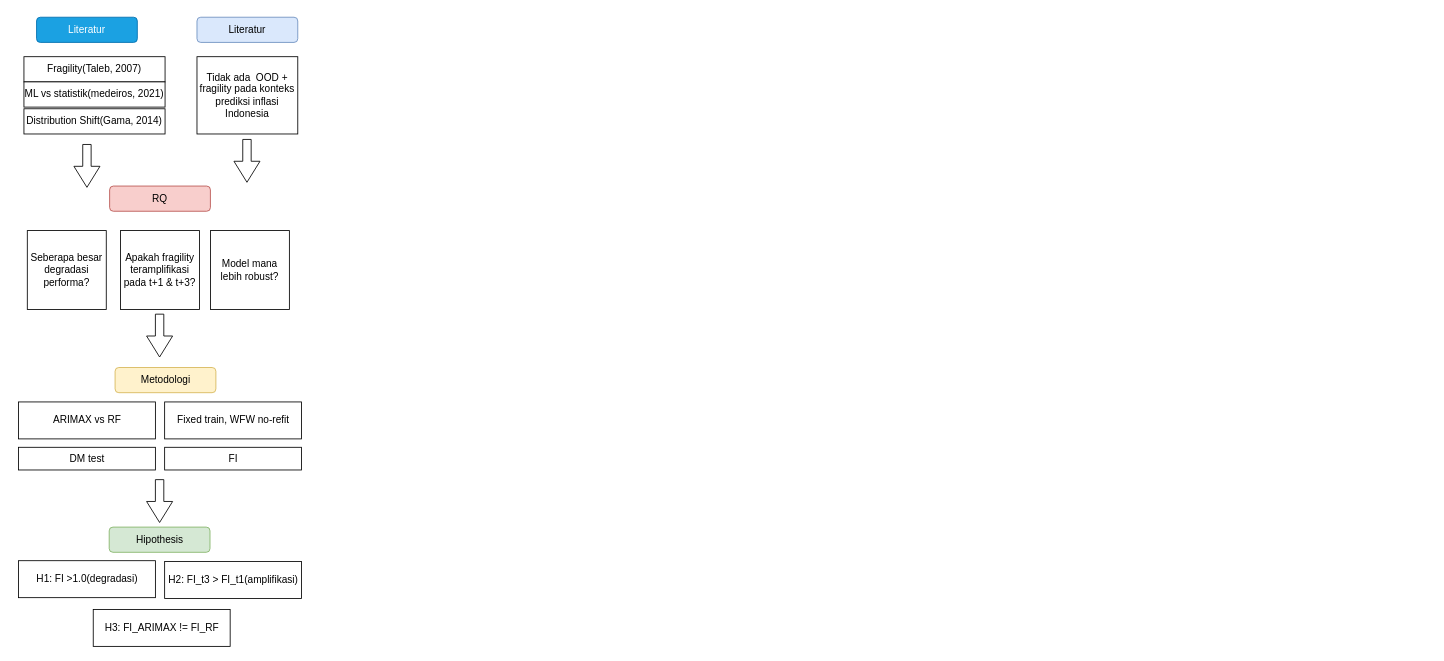
Rizkyhnkw/diagram keeps this draw.io diagram as page "Page-2" (2 of 2) of kerangkaa.drawio. Above is the earlier version. Source tidied: cells renumbered, new cells numbered last; positions are measured from the earlier drawing's top-left corner, leaving out a move shared by most shapes. Both pictures are drawn from the tidied source at 84%, with x=0, y=0 at pixel (18, 17).
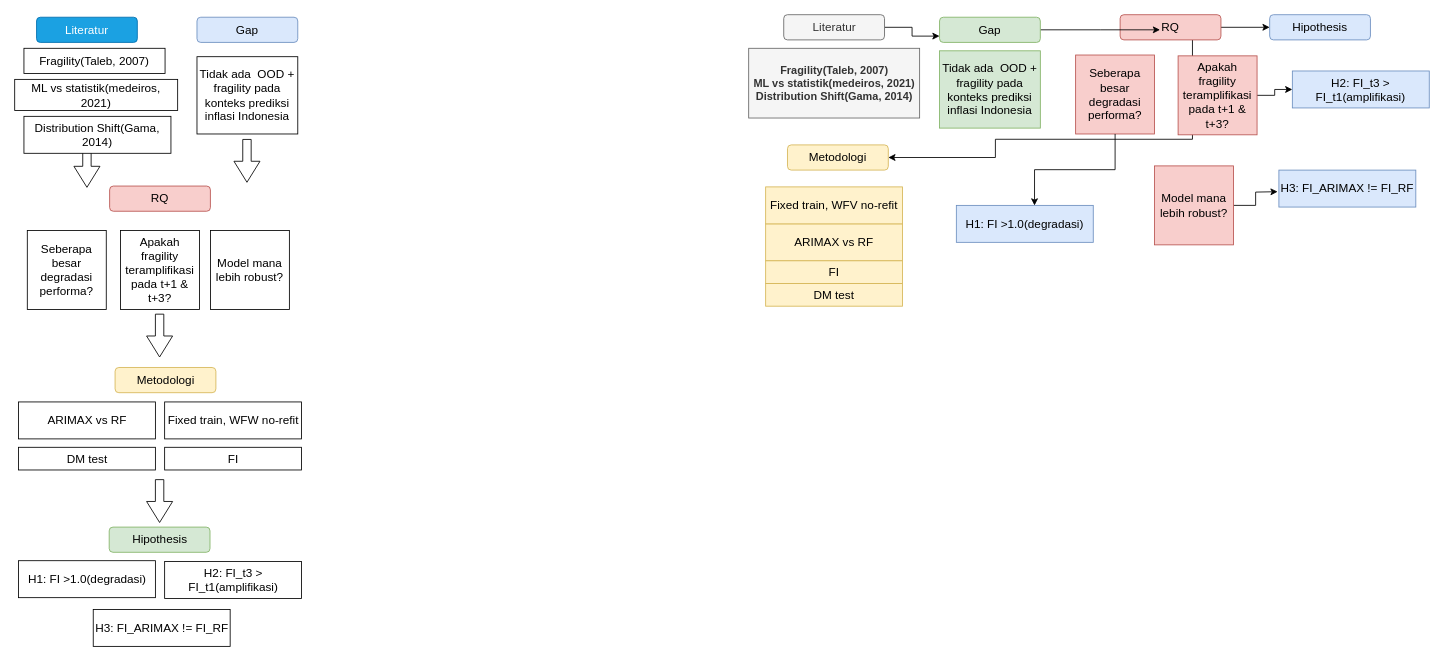
The same page after the edit.

Change to the diagram source:
```diff
@@
-    <mxCell id="2" value="Seberapa besar degradasi performa?" style="whiteSpace=wrap;html=1;" parent="1" vertex="1">
+    <mxCell id="2" value="Seberapa besar degradasi performa?" style="whiteSpace=wrap;html=1;fontSize=14;" parent="1" vertex="1">
       <mxGeometry x="10" y="254" width="94" height="94" as="geometry" />
     </mxCell>
-    <mxCell id="3" value="RQ" style="rounded=1;whiteSpace=wrap;html=1;fillColor=#f8cecc;strokeColor=#b85450;" parent="1" vertex="1">
+    <mxCell id="3" value="RQ" style="rounded=1;whiteSpace=wrap;html=1;fillColor=#f8cecc;strokeColor=#b85450;fontSize=14;" parent="1" vertex="1">
       <mxGeometry x="108" y="201" width="120" height="30" as="geometry" />
     </mxCell>
-    <mxCell id="4" value="Apakah fragility teramplifikasi pada t+1 &amp;amp; t+3?" style="whiteSpace=wrap;html=1;" parent="1" vertex="1">
+    <mxCell id="4" value="Apakah fragility teramplifikasi pada t+1 &amp;amp; t+3?" style="whiteSpace=wrap;html=1;fontSize=14;" parent="1" vertex="1">
       <mxGeometry x="121" y="254" width="94" height="94" as="geometry" />
     </mxCell>
-    <mxCell id="5" value="Model mana lebih robust?" style="whiteSpace=wrap;html=1;" parent="1" vertex="1">
+    <mxCell id="5" value="Model mana lebih robust?" style="whiteSpace=wrap;html=1;fontSize=14;" parent="1" vertex="1">
       <mxGeometry x="228" y="254" width="94" height="94" as="geometry" />
     </mxCell>
-    <mxCell id="6" value="Hipothesis" style="rounded=1;whiteSpace=wrap;html=1;fillColor=#d5e8d4;strokeColor=#82b366;" parent="1" vertex="1">
+    <mxCell id="6" value="Hipothesis" style="rounded=1;whiteSpace=wrap;html=1;fillColor=#d5e8d4;strokeColor=#82b366;fontSize=14;" parent="1" vertex="1">
       <mxGeometry x="107.5" y="607" width="120" height="30" as="geometry" />
     </mxCell>
-    <mxCell id="7" value="H1: FI &amp;gt;1.0(degradasi)" style="rounded=0;whiteSpace=wrap;html=1;" parent="1" vertex="1">
+    <mxCell id="7" value="H1: FI &amp;gt;1.0(degradasi)" style="rounded=0;whiteSpace=wrap;html=1;fontSize=14;" parent="1" vertex="1">
       <mxGeometry x="-0.5" y="647" width="163" height="44" as="geometry" />
     </mxCell>
-    <mxCell id="8" value="H2: FI_t3 &amp;gt; FI_t1(amplifikasi)" style="rounded=0;whiteSpace=wrap;html=1;" parent="1" vertex="1">
+    <mxCell id="8" value="H2: FI_t3 &amp;gt; FI_t1(amplifikasi)" style="rounded=0;whiteSpace=wrap;html=1;fontSize=14;" parent="1" vertex="1">
       <mxGeometry x="173.5" y="648" width="163" height="44" as="geometry" />
     </mxCell>
-    <mxCell id="9" value="H3: FI_ARIMAX != FI_RF" style="rounded=0;whiteSpace=wrap;html=1;" parent="1" vertex="1">
+    <mxCell id="9" value="H3: FI_ARIMAX != FI_RF" style="rounded=0;whiteSpace=wrap;html=1;fontSize=14;" parent="1" vertex="1">
       <mxGeometry x="88.5" y="705" width="163" height="44" as="geometry" />
     </mxCell>
-    <mxCell id="10" style="shape=flexArrow;endArrow=classic;html=1;rounded=0;fontSize=12;startSize=8;endSize=8;curved=1;" parent="1" edge="1">
+    <mxCell id="10" style="shape=flexArrow;endArrow=classic;html=1;rounded=0;fontSize=14;startSize=8;endSize=8;curved=1;" parent="1" edge="1">
       <mxGeometry relative="1" as="geometry">
         <mxPoint x="167.5" y="353" as="sourcePoint" />
         <mxPoint x="167.5" y="405" as="targetPoint" />
       </mxGeometry>
     </mxCell>
-    <mxCell id="11" value="Metodologi" style="rounded=1;whiteSpace=wrap;html=1;fillColor=#fff2cc;strokeColor=#d6b656;" parent="1" vertex="1">
+    <mxCell id="11" value="Metodologi" style="rounded=1;whiteSpace=wrap;html=1;fillColor=#fff2cc;strokeColor=#d6b656;fontSize=14;" parent="1" vertex="1">
       <mxGeometry x="114.5" y="417" width="120" height="30" as="geometry" />
     </mxCell>
-    <mxCell id="12" value="ARIMAX vs RF" style="rounded=0;whiteSpace=wrap;html=1;" parent="1" vertex="1">
+    <mxCell id="12" value="ARIMAX vs RF" style="rounded=0;whiteSpace=wrap;html=1;fontSize=14;" parent="1" vertex="1">
       <mxGeometry x="-0.5" y="458" width="163" height="44" as="geometry" />
     </mxCell>
-    <mxCell id="13" value="Fixed train, WFW no-refit" style="rounded=0;whiteSpace=wrap;html=1;" parent="1" vertex="1">
+    <mxCell id="13" value="Fixed train, WFW no-refit" style="rounded=0;whiteSpace=wrap;html=1;fontSize=14;" parent="1" vertex="1">
       <mxGeometry x="173.5" y="458" width="163" height="44" as="geometry" />
     </mxCell>
-    <mxCell id="14" value="DM test" style="rounded=0;whiteSpace=wrap;html=1;" parent="1" vertex="1">
+    <mxCell id="14" value="DM test" style="rounded=0;whiteSpace=wrap;html=1;fontSize=14;" parent="1" vertex="1">
       <mxGeometry x="-0.5" y="512" width="163" height="27" as="geometry" />
     </mxCell>
-    <mxCell id="15" style="shape=flexArrow;endArrow=classic;html=1;rounded=0;fontSize=12;startSize=8;endSize=8;curved=1;" parent="1" edge="1">
+    <mxCell id="15" style="shape=flexArrow;endArrow=classic;html=1;rounded=0;fontSize=14;startSize=8;endSize=8;curved=1;" parent="1" edge="1">
       <mxGeometry relative="1" as="geometry">
         <mxPoint x="167.5" y="550" as="sourcePoint" />
         <mxPoint x="167.5" y="602" as="targetPoint" />
       </mxGeometry>
     </mxCell>
-    <mxCell id="16" value="FI" style="rounded=0;whiteSpace=wrap;html=1;" parent="1" vertex="1">
+    <mxCell id="16" value="FI" style="rounded=0;whiteSpace=wrap;html=1;fontSize=14;" parent="1" vertex="1">
       <mxGeometry x="173.5" y="512" width="163" height="27" as="geometry" />
     </mxCell>
-    <mxCell id="17" value="Literatur" style="rounded=1;whiteSpace=wrap;html=1;fillColor=#1ba1e2;strokeColor=#006EAF;fontColor=#ffffff;" parent="1" vertex="1">
+    <mxCell id="17" value="Literatur" style="rounded=1;whiteSpace=wrap;html=1;fillColor=#1ba1e2;strokeColor=#006EAF;fontColor=#ffffff;fontSize=14;" parent="1" vertex="1">
       <mxGeometry x="21" width="120" height="30" as="geometry" />
     </mxCell>
-    <mxCell id="18" style="shape=flexArrow;endArrow=classic;html=1;rounded=0;fontSize=12;startSize=8;endSize=8;curved=1;" parent="1" edge="1">
+    <mxCell id="18" style="shape=flexArrow;endArrow=classic;html=1;rounded=0;fontSize=14;startSize=8;endSize=8;curved=1;" parent="1" edge="1">
       <mxGeometry relative="1" as="geometry">
         <mxPoint x="81" y="151" as="sourcePoint" />
         <mxPoint x="81" y="203" as="targetPoint" />
       </mxGeometry>
     </mxCell>
-    <mxCell id="19" value="Fragility(Taleb, 2007)" style="rounded=0;whiteSpace=wrap;html=1;" parent="1" vertex="1">
-      <mxGeometry x="6" y="47" width="168" height="30" as="geometry" />
+    <mxCell id="19" value="Fragility(Taleb, 2007)" style="rounded=0;whiteSpace=wrap;html=1;fontSize=14;" parent="1" vertex="1">
+      <mxGeometry x="6" y="37" width="168" height="30" as="geometry" />
     </mxCell>
-    <mxCell id="20" value="Tidak ada&amp;nbsp; OOD + fragility pada konteks prediksi inflasi Indonesia" style="rounded=0;whiteSpace=wrap;html=1;" parent="1" vertex="1">
+    <mxCell id="20" value="Tidak ada&amp;nbsp; OOD + fragility pada konteks prediksi inflasi Indonesia" style="rounded=0;whiteSpace=wrap;html=1;fontSize=14;" parent="1" vertex="1">
       <mxGeometry x="212" y="47" width="120" height="92" as="geometry" />
     </mxCell>
-    <mxCell id="21" value="Distribution Shift(Gama, 2014)" style="rounded=0;whiteSpace=wrap;html=1;" parent="1" vertex="1">
-      <mxGeometry x="6" y="109" width="168" height="30" as="geometry" />
+    <mxCell id="21" value="Distribution Shift(Gama, 2014)" style="rounded=0;whiteSpace=wrap;html=1;fontSize=14;" parent="1" vertex="1">
+      <mxGeometry x="6" y="118" width="175" height="44" as="geometry" />
     </mxCell>
-    <mxCell id="22" value="ML vs statistik(medeiros, 2021)" style="rounded=0;whiteSpace=wrap;html=1;" parent="1" vertex="1">
-      <mxGeometry x="6" y="77" width="168" height="30" as="geometry" />
-    </mxCell>
-    <mxCell id="23" value="Literatur" style="rounded=1;whiteSpace=wrap;html=1;fillColor=#dae8fc;strokeColor=#6c8ebf;" parent="1" vertex="1">
+    <mxCell id="23" value="Gap" style="rounded=1;whiteSpace=wrap;html=1;fillColor=#dae8fc;strokeColor=#6c8ebf;fontSize=14;" parent="1" vertex="1">
       <mxGeometry x="212" width="120" height="30" as="geometry" />
     </mxCell>
-    <mxCell id="24" style="shape=flexArrow;endArrow=classic;html=1;rounded=0;fontSize=12;startSize=8;endSize=8;curved=1;" parent="1" edge="1">
+    <mxCell id="24" style="shape=flexArrow;endArrow=classic;html=1;rounded=0;fontSize=14;startSize=8;endSize=8;curved=1;" parent="1" edge="1">
       <mxGeometry relative="1" as="geometry">
         <mxPoint x="271.5" y="145" as="sourcePoint" />
         <mxPoint x="271.5" y="197" as="targetPoint" />
       </mxGeometry>
     </mxCell>
+    <mxCell id="22" value="ML vs statistik(medeiros, 2021)" style="rounded=0;whiteSpace=wrap;html=1;fontSize=14;" parent="1" vertex="1">
+      <mxGeometry x="-5" y="74" width="194" height="37" as="geometry" />
+    </mxCell>
+    <mxCell id="25" value="Seberapa besar degradasi performa?" style="whiteSpace=wrap;html=1;fontSize=14;fillColor=#f8cecc;strokeColor=#b85450;" parent="1" vertex="1">
+      <mxGeometry x="1258" y="45" width="94" height="94" as="geometry" />
+    </mxCell>
+    <mxCell id="26" style="edgeStyle=orthogonalEdgeStyle;rounded=0;jettySize=auto;html=1;" parent="1" edge="1" source="28" target="37">
+      <mxGeometry relative="1" as="geometry">
+        <Array as="points">
+          <mxPoint x="1397.1" y="145.3" />
+          <mxPoint x="1162.5" y="145.3" />
+        </Array>
+      </mxGeometry>
+    </mxCell>
+    <mxCell id="27" style="edgeStyle=orthogonalEdgeStyle;rounded=0;jettySize=auto;html=1;" parent="1" edge="1" source="28" target="33">
+      <mxGeometry relative="1" as="geometry" />
+    </mxCell>
+    <mxCell id="28" value="RQ" style="rounded=1;whiteSpace=wrap;html=1;fillColor=#f8cecc;strokeColor=#b85450;fontSize=14;" parent="1" vertex="1">
+      <mxGeometry x="1311" y="-3" width="120" height="30" as="geometry" />
+    </mxCell>
+    <mxCell id="29" style="edgeStyle=orthogonalEdgeStyle;rounded=0;jettySize=auto;html=1;entryX=0;entryY=0.5;entryDx=0;entryDy=0;" parent="1" edge="1" source="30" target="35">
+      <mxGeometry relative="1" as="geometry" />
+    </mxCell>
+    <mxCell id="30" value="Apakah fragility teramplifikasi pada t+1 &amp;amp; t+3?" style="whiteSpace=wrap;html=1;fontSize=14;fillColor=#f8cecc;strokeColor=#b85450;" parent="1" vertex="1">
+      <mxGeometry x="1380" y="46" width="94" height="94" as="geometry" />
+    </mxCell>
+    <mxCell id="31" style="edgeStyle=orthogonalEdgeStyle;rounded=0;jettySize=auto;html=1;" parent="1" edge="1" source="32">
+      <mxGeometry relative="1" as="geometry">
+        <mxPoint x="1498.5" y="207.7" as="targetPoint" />
+      </mxGeometry>
+    </mxCell>
+    <mxCell id="32" value="Model mana lebih robust?" style="whiteSpace=wrap;html=1;fontSize=14;fillColor=#f8cecc;strokeColor=#b85450;" parent="1" vertex="1">
+      <mxGeometry x="1352" y="177" width="94" height="94" as="geometry" />
+    </mxCell>
+    <mxCell id="33" value="Hipothesis" style="rounded=1;whiteSpace=wrap;html=1;fillColor=#dae8fc;strokeColor=#6c8ebf;fontSize=14;" parent="1" vertex="1">
+      <mxGeometry x="1489" y="-3" width="120" height="30" as="geometry" />
+    </mxCell>
+    <mxCell id="34" value="H1: FI &amp;gt;1.0(degradasi)" style="rounded=0;whiteSpace=wrap;html=1;fontSize=14;fillColor=#dae8fc;strokeColor=#6c8ebf;" parent="1" vertex="1">
+      <mxGeometry x="1116" y="224" width="163" height="44" as="geometry" />
+    </mxCell>
+    <mxCell id="35" value="H2: FI_t3 &amp;gt; FI_t1(amplifikasi)" style="rounded=0;whiteSpace=wrap;html=1;fontSize=14;fillColor=#dae8fc;strokeColor=#6c8ebf;" parent="1" vertex="1">
+      <mxGeometry x="1516" y="64" width="163" height="44" as="geometry" />
+    </mxCell>
+    <mxCell id="36" value="H3: FI_ARIMAX != FI_RF" style="rounded=0;whiteSpace=wrap;html=1;fontSize=14;fillColor=#dae8fc;strokeColor=#6c8ebf;" parent="1" vertex="1">
+      <mxGeometry x="1500" y="182" width="163" height="44" as="geometry" />
+    </mxCell>
+    <mxCell id="37" value="Metodologi" style="rounded=1;whiteSpace=wrap;html=1;fillColor=#fff2cc;strokeColor=#d6b656;fontSize=14;" parent="1" vertex="1">
+      <mxGeometry x="915" y="152" width="120" height="30" as="geometry" />
+    </mxCell>
+    <mxCell id="38" value="ARIMAX vs RF" style="rounded=0;whiteSpace=wrap;html=1;fontSize=14;fillColor=#fff2cc;strokeColor=#d6b656;" parent="1" vertex="1">
+      <mxGeometry x="889" y="246" width="163" height="44" as="geometry" />
+    </mxCell>
+    <mxCell id="39" value="Fixed train, WFV no-refit" style="rounded=0;whiteSpace=wrap;html=1;fontSize=14;fillColor=#fff2cc;strokeColor=#d6b656;" parent="1" vertex="1">
+      <mxGeometry x="889" y="202" width="163" height="44" as="geometry" />
+    </mxCell>
+    <mxCell id="40" value="DM test" style="rounded=0;whiteSpace=wrap;html=1;fontSize=14;fillColor=#fff2cc;strokeColor=#d6b656;" parent="1" vertex="1">
+      <mxGeometry x="889" y="317" width="163" height="27" as="geometry" />
+    </mxCell>
+    <mxCell id="41" value="FI" style="rounded=0;whiteSpace=wrap;html=1;fontSize=14;fillColor=#fff2cc;strokeColor=#d6b656;" parent="1" vertex="1">
+      <mxGeometry x="889" y="290" width="163" height="27" as="geometry" />
+    </mxCell>
+    <mxCell id="42" style="edgeStyle=orthogonalEdgeStyle;rounded=0;jettySize=auto;html=1;entryX=0;entryY=0.75;entryDx=0;entryDy=0;" parent="1" edge="1" source="43" target="47">
+      <mxGeometry relative="1" as="geometry" />
+    </mxCell>
+    <mxCell id="43" value="Literatur" style="rounded=1;whiteSpace=wrap;html=1;fillColor=#f5f5f5;strokeColor=#666666;fontColor=#333333;fontSize=14;" parent="1" vertex="1">
+      <mxGeometry x="910.5" y="-3" width="120" height="30" as="geometry" />
+    </mxCell>
+    <mxCell id="44" value="&lt;div&gt;&lt;b&gt;Fragility(Taleb, 2007)&lt;/b&gt;&lt;/div&gt;&lt;div&gt;&lt;b&gt;ML vs statistik(medeiros, 2021)&lt;/b&gt;&lt;/div&gt;&lt;div&gt;&lt;b&gt;Distribution Shift(Gama, 2014)&lt;/b&gt;&lt;/div&gt;" style="rounded=0;whiteSpace=wrap;html=1;fontSize=13;fillColor=#f5f5f5;fontColor=#333333;strokeColor=#666666;" parent="1" vertex="1">
+      <mxGeometry x="868.8" y="37" width="203.5" height="83" as="geometry" />
+    </mxCell>
+    <mxCell id="45" value="Tidak ada&amp;nbsp; OOD + fragility pada konteks prediksi inflasi Indonesia" style="rounded=0;whiteSpace=wrap;html=1;fontSize=14;fillColor=#d5e8d4;strokeColor=#82b366;" parent="1" vertex="1">
+      <mxGeometry x="1096" y="40" width="120" height="92" as="geometry" />
+    </mxCell>
+    <mxCell id="46" style="edgeStyle=orthogonalEdgeStyle;rounded=0;jettySize=auto;html=1;" parent="1" edge="1" source="47">
+      <mxGeometry relative="1" as="geometry">
+        <mxPoint x="1358.5" y="15" as="targetPoint" />
+      </mxGeometry>
+    </mxCell>
+    <mxCell id="47" value="Gap" style="rounded=1;whiteSpace=wrap;html=1;fillColor=#d5e8d4;strokeColor=#82b366;fontSize=14;" parent="1" vertex="1">
+      <mxGeometry x="1096" width="120" height="30" as="geometry" />
+    </mxCell>
+    <mxCell id="48" style="edgeStyle=orthogonalEdgeStyle;rounded=0;jettySize=auto;html=1;entryX=0.571;entryY=0.004;entryDx=0;entryDy=0;entryPerimeter=0;" parent="1" edge="1" source="25" target="34">
+      <mxGeometry relative="1" as="geometry" />
+    </mxCell>
```
